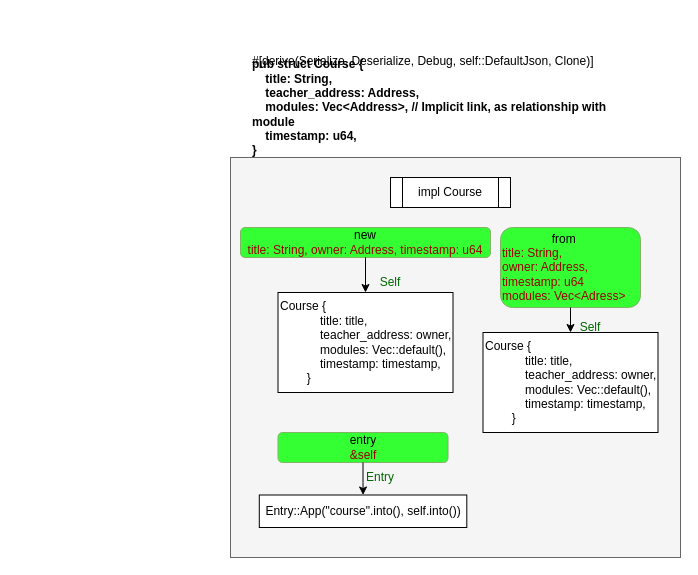
sdelvalle57/hUdemy keeps this draw.io diagram as page "course: Course" (2 of 8) of Untitled Diagram.drawio. Above is the earlier version. Source tidied: cells renumbered, new cells numbered last; positions are measured from the earlier drawing's top-left corner, leaving out a move shared by most shapes. Both pictures are drawn from the tidied source at 100%, with x=0, y=0 at pixel (230, 47).
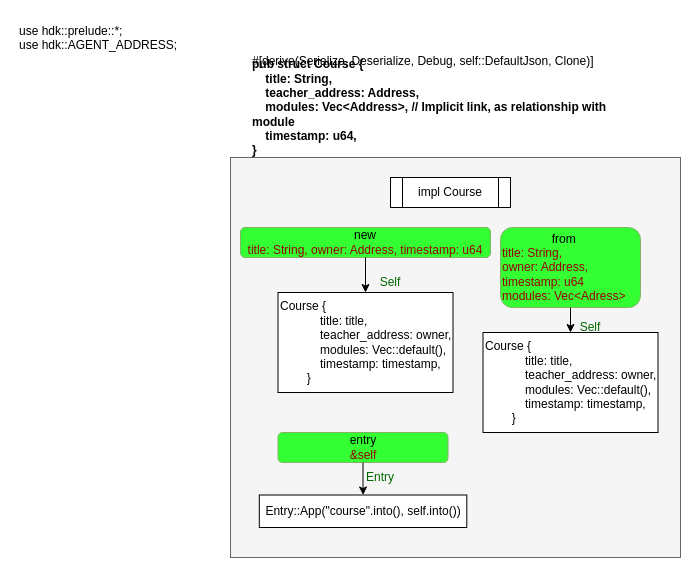
The same diagram, later.

The edit, as a diff of the source:
```diff
@@
+    <mxCell id="20" value="&lt;div&gt;use&amp;nbsp;hdk::prelude::*;&lt;/div&gt;&lt;div&gt;use&amp;nbsp;hdk::AGENT_ADDRESS;&lt;/div&gt;" style="text;html=1;" parent="1" vertex="1">
+      <mxGeometry x="-213" y="-30" width="160" height="50" as="geometry" />
+    </mxCell>
```
